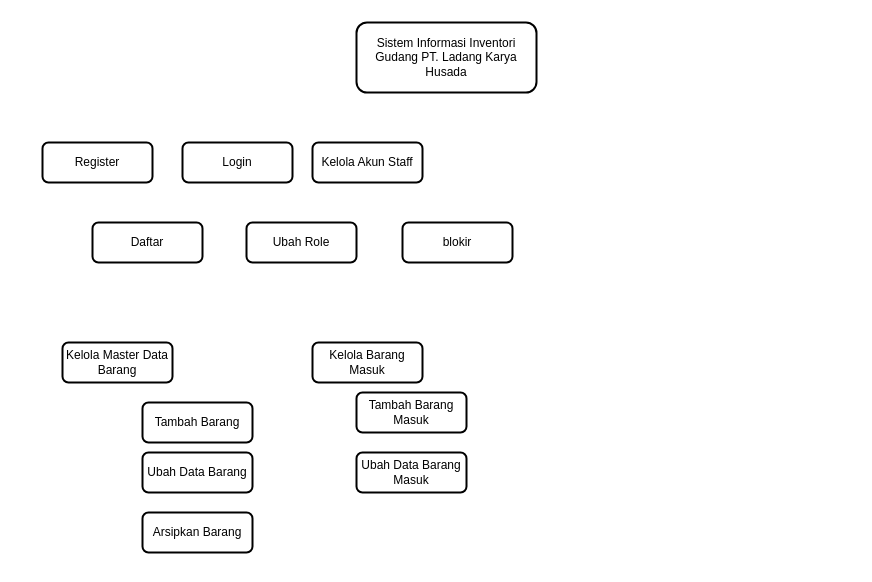
Earlier version of the draw.io diagram page "hirarki_proses" (8 of 8) of GudangApp.drawio (pujiantodev/skripsi-part2). Source tidied: cells renumbered, new cells numbered last; positions are measured from the earlier drawing's top-left corner, leaving out a move shared by most shapes. Both pictures are drawn from the tidied source at 100%, with x=0, y=0 at pixel (42, 22).
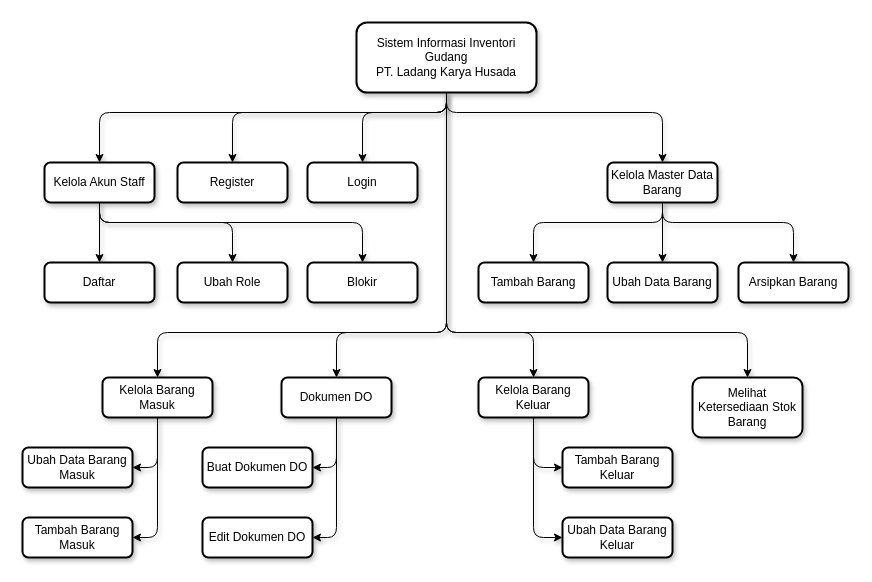
The same page after the edit.

Commit message (it also covers changes not shown here):
change: penomoran table

The edit, as a diff of the source:
```diff
@@
+    <mxCell id="16" style="edgeStyle=orthogonalEdgeStyle;rounded=1;jettySize=auto;html=1;entryX=0.5;entryY=0;entryDx=0;entryDy=0;strokeWidth=1;shadow=1;" parent="1" edge="1" source="2" target="5">
+      <mxGeometry relative="1" as="geometry">
+        <Array as="points">
+          <mxPoint x="404" y="90" />
+          <mxPoint x="57" y="90" />
+        </Array>
+      </mxGeometry>
+    </mxCell>
+    <mxCell id="17" style="edgeStyle=orthogonalEdgeStyle;rounded=1;jettySize=auto;html=1;entryX=0.5;entryY=0;entryDx=0;entryDy=0;strokeWidth=1;shadow=1;" parent="1" edge="1" source="2" target="3">
+      <mxGeometry relative="1" as="geometry">
+        <Array as="points">
+          <mxPoint x="404" y="90" />
+          <mxPoint x="190" y="90" />
+        </Array>
+      </mxGeometry>
+    </mxCell>
+    <mxCell id="18" style="edgeStyle=orthogonalEdgeStyle;rounded=1;jettySize=auto;html=1;entryX=0.5;entryY=0;entryDx=0;entryDy=0;strokeWidth=1;shadow=1;" parent="1" edge="1" source="2" target="4">
+      <mxGeometry relative="1" as="geometry">
+        <Array as="points">
+          <mxPoint x="404" y="90" />
+          <mxPoint x="320" y="90" />
+        </Array>
+      </mxGeometry>
+    </mxCell>
+    <mxCell id="19" style="edgeStyle=orthogonalEdgeStyle;rounded=1;jettySize=auto;html=1;entryX=0.5;entryY=0;entryDx=0;entryDy=0;strokeWidth=1;shadow=1;" parent="1" edge="1" source="2" target="9">
+      <mxGeometry relative="1" as="geometry">
+        <Array as="points">
+          <mxPoint x="404" y="90" />
+          <mxPoint x="620" y="90" />
+        </Array>
+      </mxGeometry>
+    </mxCell>
+    <mxCell id="20" style="edgeStyle=orthogonalEdgeStyle;rounded=1;jettySize=auto;html=1;entryX=0.5;entryY=0;entryDx=0;entryDy=0;strokeWidth=1;shadow=1;" parent="1" edge="1" source="2" target="42">
+      <mxGeometry relative="1" as="geometry">
+        <Array as="points">
+          <mxPoint x="404" y="310" />
+          <mxPoint x="705" y="310" />
+        </Array>
+      </mxGeometry>
+    </mxCell>
+    <mxCell id="21" style="edgeStyle=orthogonalEdgeStyle;rounded=1;jettySize=auto;html=1;entryX=0.5;entryY=0;entryDx=0;entryDy=0;shadow=1;strokeWidth=1;" parent="1" edge="1" source="2" target="13">
+      <mxGeometry relative="1" as="geometry">
+        <Array as="points">
+          <mxPoint x="404" y="310" />
+          <mxPoint x="115" y="310" />
+        </Array>
+      </mxGeometry>
+    </mxCell>
+    <mxCell id="22" style="edgeStyle=orthogonalEdgeStyle;rounded=1;jettySize=auto;html=1;entryX=0.5;entryY=0;entryDx=0;entryDy=0;shadow=1;strokeWidth=1;" parent="1" edge="1" source="2" target="34">
+      <mxGeometry relative="1" as="geometry">
+        <Array as="points">
+          <mxPoint x="404" y="310" />
+          <mxPoint x="294" y="310" />
+        </Array>
+      </mxGeometry>
+    </mxCell>
+    <mxCell id="23" style="edgeStyle=orthogonalEdgeStyle;rounded=1;jettySize=auto;html=1;entryX=0.5;entryY=0;entryDx=0;entryDy=0;shadow=1;strokeWidth=1;" parent="1" edge="1" source="2" target="39">
+      <mxGeometry relative="1" as="geometry">
+        <Array as="points">
+          <mxPoint x="404" y="310" />
+          <mxPoint x="491" y="310" />
+        </Array>
+      </mxGeometry>
+    </mxCell>
-    <mxCell id="2" value="Sistem Informasi Inventori Gudang PT. Ladang Karya Husada" style="whiteSpace=wrap;html=1;align=center;rounded=1;strokeWidth=2;" parent="1" vertex="1">
+    <mxCell id="2" value="Sistem Informasi Inventori Gudang &lt;br&gt;PT. Ladang Karya Husada" style="whiteSpace=wrap;html=1;align=center;rounded=1;strokeWidth=2;shadow=1;" parent="1" vertex="1">
       <mxGeometry x="314" width="180" height="70" as="geometry" />
     </mxCell>
-    <mxCell id="3" value="Register" style="whiteSpace=wrap;html=1;align=center;rounded=1;strokeWidth=2;" parent="1" vertex="1">
-      <mxGeometry y="120" width="110" height="40" as="geometry" />
+    <mxCell id="3" value="Register" style="whiteSpace=wrap;html=1;align=center;rounded=1;strokeWidth=2;shadow=1;" parent="1" vertex="1">
+      <mxGeometry x="135" y="140" width="110" height="40" as="geometry" />
     </mxCell>
-    <mxCell id="4" value="Login" style="whiteSpace=wrap;html=1;align=center;rounded=1;strokeWidth=2;" parent="1" vertex="1">
-      <mxGeometry x="140" y="120" width="110" height="40" as="geometry" />
+    <mxCell id="4" value="Login" style="whiteSpace=wrap;html=1;align=center;rounded=1;strokeWidth=2;shadow=1;" parent="1" vertex="1">
+      <mxGeometry x="265" y="140" width="110" height="40" as="geometry" />
     </mxCell>
+    <mxCell id="24" style="edgeStyle=orthogonalEdgeStyle;rounded=1;jettySize=auto;html=1;entryX=0.5;entryY=0;entryDx=0;entryDy=0;strokeWidth=1;shadow=1;" parent="1" edge="1" source="5" target="6">
+      <mxGeometry relative="1" as="geometry" />
+    </mxCell>
+    <mxCell id="25" style="edgeStyle=orthogonalEdgeStyle;rounded=1;jettySize=auto;html=1;entryX=0.5;entryY=0;entryDx=0;entryDy=0;strokeWidth=1;shadow=1;" parent="1" edge="1" source="5" target="7">
+      <mxGeometry relative="1" as="geometry">
+        <Array as="points">
+          <mxPoint x="57" y="200" />
+          <mxPoint x="190" y="200" />
+        </Array>
+      </mxGeometry>
+    </mxCell>
+    <mxCell id="26" style="edgeStyle=orthogonalEdgeStyle;rounded=1;jettySize=auto;html=1;entryX=0.5;entryY=0;entryDx=0;entryDy=0;strokeWidth=1;shadow=1;" parent="1" edge="1" source="5" target="8">
+      <mxGeometry relative="1" as="geometry">
+        <Array as="points">
+          <mxPoint x="57" y="200" />
+          <mxPoint x="320" y="200" />
+        </Array>
+      </mxGeometry>
+    </mxCell>
-    <mxCell id="5" value="Kelola Akun Staff" style="whiteSpace=wrap;html=1;align=center;rounded=1;strokeWidth=2;" parent="1" vertex="1">
-      <mxGeometry x="270" y="120" width="110" height="40" as="geometry" />
+    <mxCell id="5" value="Kelola Akun Staff" style="whiteSpace=wrap;html=1;align=center;rounded=1;strokeWidth=2;shadow=1;" parent="1" vertex="1">
+      <mxGeometry x="2" y="140" width="110" height="40" as="geometry" />
     </mxCell>
-    <mxCell id="6" value="Daftar" style="whiteSpace=wrap;html=1;align=center;rounded=1;strokeWidth=2;" parent="1" vertex="1">
-      <mxGeometry x="50" y="200" width="110" height="40" as="geometry" />
+    <mxCell id="6" value="Daftar" style="whiteSpace=wrap;html=1;align=center;rounded=1;strokeWidth=2;shadow=1;" parent="1" vertex="1">
+      <mxGeometry x="2" y="240" width="110" height="40" as="geometry" />
     </mxCell>
-    <mxCell id="7" value="Ubah Role" style="whiteSpace=wrap;html=1;align=center;rounded=1;strokeWidth=2;" parent="1" vertex="1">
-      <mxGeometry x="204" y="200" width="110" height="40" as="geometry" />
+    <mxCell id="7" value="Ubah Role" style="whiteSpace=wrap;html=1;align=center;rounded=1;strokeWidth=2;shadow=1;" parent="1" vertex="1">
+      <mxGeometry x="135" y="240" width="110" height="40" as="geometry" />
     </mxCell>
-    <mxCell id="8" value="blokir" style="whiteSpace=wrap;html=1;align=center;rounded=1;strokeWidth=2;" parent="1" vertex="1">
-      <mxGeometry x="360" y="200" width="110" height="40" as="geometry" />
+    <mxCell id="8" value="Blokir" style="whiteSpace=wrap;html=1;align=center;rounded=1;strokeWidth=2;shadow=1;" parent="1" vertex="1">
+      <mxGeometry x="265" y="240" width="110" height="40" as="geometry" />
     </mxCell>
+    <mxCell id="27" style="edgeStyle=orthogonalEdgeStyle;rounded=1;jettySize=auto;html=1;entryX=0.5;entryY=0;entryDx=0;entryDy=0;strokeWidth=1;shadow=1;" parent="1" edge="1" source="9" target="10">
+      <mxGeometry relative="1" as="geometry">
+        <Array as="points">
+          <mxPoint x="620" y="200" />
+          <mxPoint x="491" y="200" />
+        </Array>
+      </mxGeometry>
+    </mxCell>
+    <mxCell id="28" style="edgeStyle=orthogonalEdgeStyle;rounded=1;jettySize=auto;html=1;entryX=0.5;entryY=0;entryDx=0;entryDy=0;strokeWidth=1;shadow=1;" parent="1" edge="1" source="9" target="11">
+      <mxGeometry relative="1" as="geometry" />
+    </mxCell>
+    <mxCell id="29" style="edgeStyle=orthogonalEdgeStyle;rounded=1;jettySize=auto;html=1;entryX=0.5;entryY=0;entryDx=0;entryDy=0;strokeWidth=1;shadow=1;" parent="1" edge="1" source="9" target="12">
+      <mxGeometry relative="1" as="geometry">
+        <Array as="points">
+          <mxPoint x="620" y="200" />
+          <mxPoint x="751" y="200" />
+        </Array>
+      </mxGeometry>
+    </mxCell>
-    <mxCell id="9" value="Kelola Master Data Barang" style="whiteSpace=wrap;html=1;align=center;rounded=1;strokeWidth=2;" parent="1" vertex="1">
-      <mxGeometry x="20" y="320" width="110" height="40" as="geometry" />
+    <mxCell id="9" value="Kelola Master Data Barang" style="whiteSpace=wrap;html=1;align=center;rounded=1;strokeWidth=2;shadow=1;" parent="1" vertex="1">
+      <mxGeometry x="565" y="140" width="110" height="40" as="geometry" />
     </mxCell>
-    <mxCell id="10" value="Tambah Barang" style="whiteSpace=wrap;html=1;align=center;rounded=1;strokeWidth=2;" parent="1" vertex="1">
-      <mxGeometry x="100" y="380" width="110" height="40" as="geometry" />
+    <mxCell id="10" value="Tambah Barang" style="whiteSpace=wrap;html=1;align=center;rounded=1;strokeWidth=2;shadow=1;" parent="1" vertex="1">
+      <mxGeometry x="436" y="240" width="110" height="40" as="geometry" />
     </mxCell>
-    <mxCell id="11" value="Ubah Data Barang" style="whiteSpace=wrap;html=1;align=center;rounded=1;strokeWidth=2;" parent="1" vertex="1">
-      <mxGeometry x="100" y="430" width="110" height="40" as="geometry" />
+    <mxCell id="11" value="Ubah Data Barang" style="whiteSpace=wrap;html=1;align=center;rounded=1;strokeWidth=2;shadow=1;" parent="1" vertex="1">
+      <mxGeometry x="565" y="240" width="110" height="40" as="geometry" />
     </mxCell>
-    <mxCell id="12" value="Arsipkan Barang" style="whiteSpace=wrap;html=1;align=center;rounded=1;strokeWidth=2;" parent="1" vertex="1">
-      <mxGeometry x="100" y="490" width="110" height="40" as="geometry" />
+    <mxCell id="12" value="Arsipkan Barang" style="whiteSpace=wrap;html=1;align=center;rounded=1;strokeWidth=2;shadow=1;" parent="1" vertex="1">
+      <mxGeometry x="696" y="240" width="110" height="40" as="geometry" />
     </mxCell>
+    <mxCell id="30" style="edgeStyle=orthogonalEdgeStyle;rounded=1;jettySize=auto;html=1;entryX=1;entryY=0.5;entryDx=0;entryDy=0;shadow=1;strokeWidth=1;" parent="1" edge="1" source="13" target="15">
+      <mxGeometry relative="1" as="geometry" />
+    </mxCell>
+    <mxCell id="31" style="edgeStyle=orthogonalEdgeStyle;rounded=1;jettySize=auto;html=1;entryX=1;entryY=0.5;entryDx=0;entryDy=0;shadow=1;strokeWidth=1;" parent="1" edge="1" source="13" target="14">
+      <mxGeometry relative="1" as="geometry" />
+    </mxCell>
-    <mxCell id="13" value="Kelola Barang Masuk" style="whiteSpace=wrap;html=1;align=center;rounded=1;strokeWidth=2;" parent="1" vertex="1">
-      <mxGeometry x="270" y="320" width="110" height="40" as="geometry" />
+    <mxCell id="13" value="Kelola Barang Masuk" style="whiteSpace=wrap;html=1;align=center;rounded=1;strokeWidth=2;shadow=1;" parent="1" vertex="1">
+      <mxGeometry x="60" y="355" width="110" height="40" as="geometry" />
     </mxCell>
-    <mxCell id="14" value="Tambah Barang Masuk" style="whiteSpace=wrap;html=1;align=center;rounded=1;strokeWidth=2;" parent="1" vertex="1">
-      <mxGeometry x="314" y="370" width="110" height="40" as="geometry" />
+    <mxCell id="14" value="Tambah Barang Masuk" style="whiteSpace=wrap;html=1;align=center;rounded=1;strokeWidth=2;shadow=1;" parent="1" vertex="1">
+      <mxGeometry x="-20" y="495" width="110" height="40" as="geometry" />
     </mxCell>
-    <mxCell id="15" value="Ubah Data Barang Masuk" style="whiteSpace=wrap;html=1;align=center;rounded=1;strokeWidth=2;" parent="1" vertex="1">
-      <mxGeometry x="314" y="430" width="110" height="40" as="geometry" />
+    <mxCell id="15" value="Ubah Data Barang Masuk" style="whiteSpace=wrap;html=1;align=center;rounded=1;strokeWidth=2;shadow=1;" parent="1" vertex="1">
+      <mxGeometry x="-20" y="425" width="110" height="40" as="geometry" />
     </mxCell>
+    <mxCell id="32" style="edgeStyle=orthogonalEdgeStyle;rounded=1;jettySize=auto;html=1;entryX=1;entryY=0.5;entryDx=0;entryDy=0;shadow=1;strokeWidth=1;" parent="1" edge="1" source="34" target="35">
+      <mxGeometry relative="1" as="geometry" />
+    </mxCell>
+    <mxCell id="33" style="edgeStyle=orthogonalEdgeStyle;rounded=1;jettySize=auto;html=1;entryX=1;entryY=0.5;entryDx=0;entryDy=0;shadow=1;strokeWidth=1;" parent="1" edge="1" source="34" target="36">
+      <mxGeometry relative="1" as="geometry" />
+    </mxCell>
+    <mxCell id="34" value="Dokumen DO" style="whiteSpace=wrap;html=1;align=center;rounded=1;strokeWidth=2;shadow=1;" parent="1" vertex="1">
+      <mxGeometry x="239" y="355" width="110" height="40" as="geometry" />
+    </mxCell>
+    <mxCell id="35" value="Buat Dokumen DO" style="whiteSpace=wrap;html=1;align=center;rounded=1;strokeWidth=2;shadow=1;" parent="1" vertex="1">
+      <mxGeometry x="160" y="425" width="110" height="40" as="geometry" />
+    </mxCell>
+    <mxCell id="36" value="Edit Dokumen DO" style="whiteSpace=wrap;html=1;align=center;rounded=1;strokeWidth=2;shadow=1;" parent="1" vertex="1">
+      <mxGeometry x="160" y="495" width="110" height="40" as="geometry" />
+    </mxCell>
+    <mxCell id="37" style="edgeStyle=orthogonalEdgeStyle;rounded=1;jettySize=auto;html=1;entryX=0;entryY=0.5;entryDx=0;entryDy=0;shadow=1;strokeWidth=1;" parent="1" edge="1" source="39" target="40">
+      <mxGeometry relative="1" as="geometry" />
+    </mxCell>
+    <mxCell id="38" style="edgeStyle=orthogonalEdgeStyle;rounded=1;jettySize=auto;html=1;entryX=0;entryY=0.5;entryDx=0;entryDy=0;shadow=1;strokeWidth=1;" parent="1" edge="1" source="39" target="41">
+      <mxGeometry relative="1" as="geometry" />
+    </mxCell>
+    <mxCell id="39" value="Kelola Barang Keluar" style="whiteSpace=wrap;html=1;align=center;rounded=1;strokeWidth=2;shadow=1;" parent="1" vertex="1">
+      <mxGeometry x="436" y="355" width="110" height="40" as="geometry" />
+    </mxCell>
+    <mxCell id="40" value="Tambah Barang Keluar" style="whiteSpace=wrap;html=1;align=center;rounded=1;strokeWidth=2;shadow=1;" parent="1" vertex="1">
+      <mxGeometry x="520" y="425" width="110" height="40" as="geometry" />
+    </mxCell>
+    <mxCell id="41" value="Ubah Data Barang Keluar" style="whiteSpace=wrap;html=1;align=center;rounded=1;strokeWidth=2;shadow=1;" parent="1" vertex="1">
+      <mxGeometry x="520" y="495" width="110" height="40" as="geometry" />
+    </mxCell>
+    <mxCell id="42" value="Melihat Ketersediaan Stok Barang" style="whiteSpace=wrap;html=1;align=center;rounded=1;strokeWidth=2;shadow=1;" parent="1" vertex="1">
+      <mxGeometry x="650" y="355" width="110" height="60" as="geometry" />
+    </mxCell>
```
